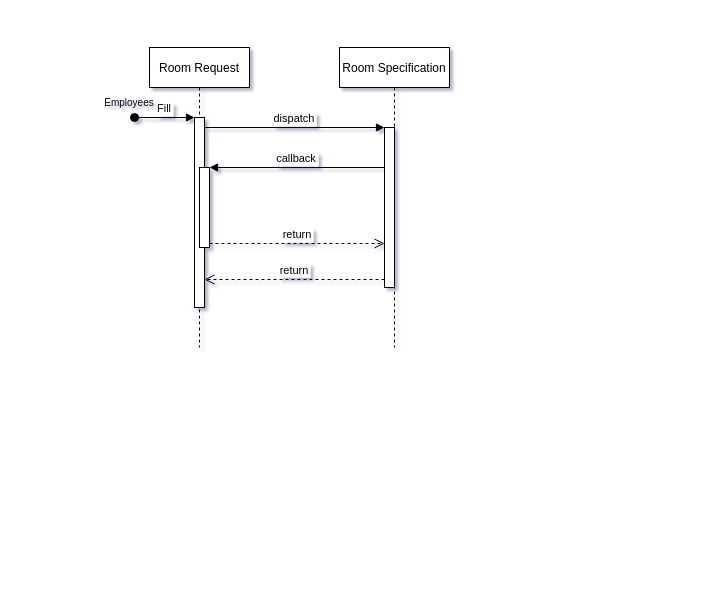
Before: RoomReservation.drawio in Malo-LC/diagrams, a draw.io diagram. Source tidied: cells renumbered, new cells numbered last; positions are measured from the earlier drawing's top-left corner, leaving out a move shared by most shapes. Both pictures are drawn from the tidied source at 100%, with x=0, y=0 at pixel (99, 47).
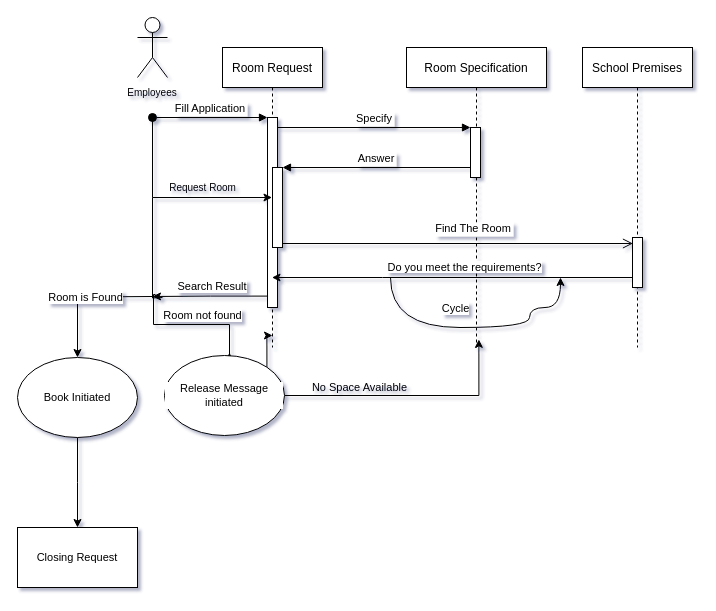
Above is the later version.

The change refers to these unchanged cells:
```xml
<mxCell id="3" style="points=[];perimeter=orthogonalPerimeter;rounded=0;shadow=0;strokeWidth=1;" parent="2" vertex="1">
  <mxGeometry x="45" y="70" width="10" height="190" as="geometry" />
</mxCell>
<mxCell id="5" style="points=[];perimeter=orthogonalPerimeter;rounded=0;shadow=0;strokeWidth=1;" parent="2" vertex="1">
  <mxGeometry x="50" y="120" width="10" height="80" as="geometry" />
</mxCell>
```

Change to the diagram source:
```diff
@@
     <mxCell id="2" value="Room Request" style="shape=umlLifeline;perimeter=lifelinePerimeter;rounded=0;shadow=0;strokeWidth=1;" parent="1" vertex="1">
-      <mxGeometry x="50" width="100" height="300" as="geometry" />
+      <mxGeometry x="123" width="100" height="300" as="geometry" />
     </mxCell>
@@
-    <mxCell id="4" value="Fill" style="verticalAlign=bottom;startArrow=oval;endArrow=block;startSize=8;shadow=0;strokeWidth=1;" parent="2" edge="1" target="3">
+    <mxCell id="4" value="Fill Application" style="verticalAlign=bottom;startArrow=oval;endArrow=block;startSize=8;shadow=0;strokeWidth=1;" parent="2" edge="1" target="3">
       <mxGeometry relative="1" as="geometry">
-        <mxPoint x="-15" y="70" as="sourcePoint" />
+        <mxPoint x="-70" y="70" as="sourcePoint" />
       </mxGeometry>
     </mxCell>
@@
+    <mxCell id="13" value="Search Result" style="text;html=1;strokeColor=none;fillColor=none;align=center;verticalAlign=middle;whiteSpace=wrap;rounded=0;labelBackgroundColor=#FFFFFF;fontSize=11;" parent="2" vertex="1">
+      <mxGeometry x="-50" y="224" width="80" height="30" as="geometry" />
+    </mxCell>
     <mxCell id="6" value="Room Specification" style="shape=umlLifeline;perimeter=lifelinePerimeter;rounded=0;shadow=0;strokeWidth=1;" parent="1" vertex="1">
-      <mxGeometry x="240" width="110" height="300" as="geometry" />
+      <mxGeometry x="307" width="140" height="300" as="geometry" />
     </mxCell>
     <mxCell id="7" style="points=[];perimeter=orthogonalPerimeter;rounded=0;shadow=0;strokeWidth=1;" parent="6" vertex="1">
-      <mxGeometry x="45" y="80" width="10" height="160" as="geometry" />
+      <mxGeometry x="64" y="80" width="10" height="50" as="geometry" />
     </mxCell>
-    <mxCell id="8" value="return" style="verticalAlign=bottom;endArrow=open;dashed=1;endSize=8;exitX=0;exitY=0.95;shadow=0;strokeWidth=1;" parent="1" edge="1" source="7" target="3">
-      <mxGeometry relative="1" as="geometry" />
-    </mxCell>
+    <mxCell id="14" value="&lt;div style=&quot;font-size: 11px&quot;&gt;&lt;font style=&quot;font-size: 11px&quot;&gt;&lt;span style=&quot;background-color: rgb(255 , 255 , 255)&quot;&gt;Do you meet the requirements?&lt;/span&gt;&lt;/font&gt;&lt;/div&gt;" style="text;html=1;align=center;verticalAlign=middle;strokeColor=none;fillColor=none;fontSize=10;" parent="6" vertex="1">
+      <mxGeometry x="-27" y="210" width="170" height="20" as="geometry" />
+    </mxCell>
+    <mxCell id="15" style="curved=1;endArrow=classic;html=1;rounded=0;fontSize=11;edgeStyle=orthogonalEdgeStyle;" parent="6" edge="1">
+      <mxGeometry relative="1" as="geometry">
+        <mxPoint x="-16" y="230" as="sourcePoint" />
+        <mxPoint x="154" y="230" as="targetPoint" />
+        <Array as="points">
+          <mxPoint x="-16" y="280" />
+          <mxPoint x="123" y="280" />
+          <mxPoint x="123" y="260" />
+          <mxPoint x="154" y="260" />
+        </Array>
+      </mxGeometry>
+    </mxCell>
+    <mxCell id="16" value="Cycle" style="edgeLabel;html=1;align=center;verticalAlign=middle;fontSize=11;" parent="15" vertex="1">
+      <mxGeometry x="-0.28" y="2" relative="1" as="geometry">
+        <mxPoint x="17" y="-18" as="offset" />
+      </mxGeometry>
+    </mxCell>
-    <mxCell id="9" value="dispatch" style="verticalAlign=bottom;endArrow=block;entryX=0;entryY=0;shadow=0;strokeWidth=1;" parent="1" edge="1" source="3" target="7">
+    <mxCell id="9" value="Specify" style="verticalAlign=bottom;endArrow=block;entryX=0;entryY=0;shadow=0;strokeWidth=1;" parent="1" edge="1" source="3" target="7">
       <mxGeometry relative="1" as="geometry" />
     </mxCell>
-    <mxCell id="10" value="callback" style="verticalAlign=bottom;endArrow=block;entryX=1;entryY=0;shadow=0;strokeWidth=1;" parent="1" edge="1" source="7" target="5">
+    <mxCell id="10" value="Answer" style="verticalAlign=bottom;endArrow=block;entryX=1;entryY=0;shadow=0;strokeWidth=1;" parent="1" edge="1" source="7" target="5">
       <mxGeometry relative="1" as="geometry" />
     </mxCell>
-    <mxCell id="11" value="return" style="verticalAlign=bottom;endArrow=open;dashed=1;endSize=8;exitX=1;exitY=0.95;shadow=0;strokeWidth=1;" parent="1" edge="1" source="5" target="7">
-      <mxGeometry relative="1" as="geometry" />
+    <mxCell id="11" value="Find The Room" style="verticalAlign=bottom;endArrow=open;endSize=8;shadow=0;strokeWidth=1;" parent="1" edge="1">
+      <mxGeometry x="0.09" y="6" relative="1" as="geometry">
+        <mxPoint x="183" y="196" as="sourcePoint" />
+        <mxPoint x="533.5" y="196" as="targetPoint" />
+      </mxGeometry>
     </mxCell>
     <mxCell id="12" value="&lt;font style=&quot;font-size: 10px&quot;&gt;Employees&lt;/font&gt;" style="text;html=1;strokeColor=none;fillColor=none;align=center;verticalAlign=middle;whiteSpace=wrap;rounded=0;" parent="1" vertex="1">
-      <mxGeometry y="40" width="60" height="30" as="geometry" />
+      <mxGeometry x="23" y="30" width="60" height="30" as="geometry" />
     </mxCell>
+    <mxCell id="17" style="endArrow=classic;html=1;rounded=0;fontSize=10;edgeStyle=orthogonalEdgeStyle;" parent="1" edge="1" target="2">
+      <mxGeometry relative="1" as="geometry">
+        <mxPoint x="53" y="70" as="sourcePoint" />
+        <Array as="points">
+          <mxPoint x="53" y="150" />
+        </Array>
+      </mxGeometry>
+    </mxCell>
+    <mxCell id="18" value="Request Room" style="text;html=1;align=center;verticalAlign=middle;strokeColor=none;fillColor=none;fontSize=10;" parent="1" vertex="1">
+      <mxGeometry x="63" y="130" width="80" height="20" as="geometry" />
+    </mxCell>
+    <mxCell id="19" value="School Premises" style="shape=umlLifeline;perimeter=lifelinePerimeter;rounded=0;shadow=0;strokeWidth=1;" parent="1" vertex="1">
+      <mxGeometry x="483" width="110" height="300" as="geometry" />
+    </mxCell>
+    <mxCell id="20" style="perimeter=orthogonalPerimeter;rounded=0;shadow=0;strokeWidth=1;" parent="19" vertex="1">
+      <mxGeometry x="50" y="190" width="10" height="50" as="geometry" />
+    </mxCell>
+    <mxCell id="21" style="endArrow=classic;html=1;rounded=0;fontSize=10;edgeStyle=orthogonalEdgeStyle;" parent="1" edge="1" target="2">
+      <mxGeometry relative="1" as="geometry">
+        <mxPoint x="533" y="230" as="sourcePoint" />
+        <Array as="points">
+          <mxPoint x="283" y="230" />
+          <mxPoint x="283" y="230" />
+        </Array>
+      </mxGeometry>
+    </mxCell>
+    <mxCell id="22" style="shape=umlActor;verticalLabelPosition=bottom;verticalAlign=top;html=1;fontSize=10;" parent="1" vertex="1">
+      <mxGeometry x="38" y="-30" width="30" height="60" as="geometry" />
+    </mxCell>
+    <mxCell id="23" style="endArrow=classic;html=1;rounded=0;fontSize=11;edgeStyle=orthogonalEdgeStyle;exitX=0.055;exitY=0.94;exitDx=0;exitDy=0;exitPerimeter=0;" parent="1" edge="1" source="3">
+      <mxGeometry relative="1" as="geometry">
+        <mxPoint x="53" y="249" as="targetPoint" />
+      </mxGeometry>
+    </mxCell>
+    <mxCell id="24" style="endArrow=none;html=1;rounded=0;fontSize=11;edgeStyle=orthogonalEdgeStyle;" parent="1" edge="1">
+      <mxGeometry relative="1" as="geometry">
+        <mxPoint x="63" y="250" as="sourcePoint" />
+        <mxPoint x="53" y="150" as="targetPoint" />
+      </mxGeometry>
+    </mxCell>
+    <mxCell id="25" style="endArrow=classic;html=1;rounded=0;fontSize=11;edgeStyle=orthogonalEdgeStyle;" parent="1" edge="1" target="28">
+      <mxGeometry relative="1" as="geometry">
+        <mxPoint x="53" y="249" as="sourcePoint" />
+      </mxGeometry>
+    </mxCell>
+    <mxCell id="26" value="Room is Found" style="edgeLabel;html=1;align=center;verticalAlign=middle;labelBackgroundColor=#FFFFFF;fontSize=11;" parent="25" vertex="1">
+      <mxGeometry relative="1" as="geometry" />
+    </mxCell>
+    <mxCell id="27" style="edgeStyle=orthogonalEdgeStyle;rounded=0;jettySize=auto;html=1;exitX=0.5;exitY=1;exitDx=0;exitDy=0;fontSize=11;" parent="1" edge="1" source="28">
+      <mxGeometry relative="1" as="geometry">
+        <mxPoint x="-22" y="480" as="targetPoint" />
+      </mxGeometry>
+    </mxCell>
+    <mxCell id="28" value="Book Initiated" style="ellipse;whiteSpace=wrap;html=1;labelBackgroundColor=#FFFFFF;fontSize=11;" parent="1" vertex="1">
+      <mxGeometry x="-82" y="310" width="120" height="80" as="geometry" />
+    </mxCell>
+    <mxCell id="29" style="edgeStyle=orthogonalEdgeStyle;rounded=0;jettySize=auto;html=1;fontSize=11;entryX=0.543;entryY=-0.036;entryDx=0;entryDy=0;entryPerimeter=0;" parent="1" edge="1" target="32">
+      <mxGeometry relative="1" as="geometry">
+        <mxPoint x="56" y="247" as="sourcePoint" />
+        <Array as="points">
+          <mxPoint x="54" y="247" />
+          <mxPoint x="54" y="277" />
+          <mxPoint x="130" y="277" />
+          <mxPoint x="130" y="307" />
+        </Array>
+      </mxGeometry>
+    </mxCell>
+    <mxCell id="30" style="edgeStyle=orthogonalEdgeStyle;rounded=0;jettySize=auto;html=1;exitX=1;exitY=0;exitDx=0;exitDy=0;fontSize=11;" parent="1" edge="1" source="32" target="2">
+      <mxGeometry relative="1" as="geometry" />
+    </mxCell>
+    <mxCell id="31" style="edgeStyle=orthogonalEdgeStyle;rounded=0;jettySize=auto;html=1;exitX=1;exitY=0.5;exitDx=0;exitDy=0;entryX=0.517;entryY=0.973;entryDx=0;entryDy=0;entryPerimeter=0;fontSize=11;" parent="1" edge="1" source="32" target="6">
+      <mxGeometry relative="1" as="geometry" />
+    </mxCell>
+    <mxCell id="32" value="Release Message initiated" style="ellipse;whiteSpace=wrap;html=1;labelBackgroundColor=#FFFFFF;fontSize=11;" parent="1" vertex="1">
+      <mxGeometry x="65" y="308" width="120" height="80" as="geometry" />
+    </mxCell>
+    <mxCell id="33" value="Room not found" style="edgeLabel;html=1;align=center;verticalAlign=middle;labelBackgroundColor=#FFFFFF;fontSize=11;" parent="1" vertex="1">
+      <mxGeometry x="103" y="250" as="geometry">
+        <mxPoint x="-1" y="17" as="offset" />
+      </mxGeometry>
+    </mxCell>
+    <mxCell id="34" value="No Space Available" style="text;html=1;align=center;verticalAlign=middle;strokeColor=none;fillColor=none;fontSize=11;" parent="1" vertex="1">
+      <mxGeometry x="205" y="330" width="110" height="20" as="geometry" />
+    </mxCell>
+    <mxCell id="35" value="Closing Request" style="rounded=0;whiteSpace=wrap;html=1;labelBackgroundColor=#FFFFFF;fontSize=11;" parent="1" vertex="1">
+      <mxGeometry x="-82" y="480" width="120" height="60" as="geometry" />
+    </mxCell>
```
